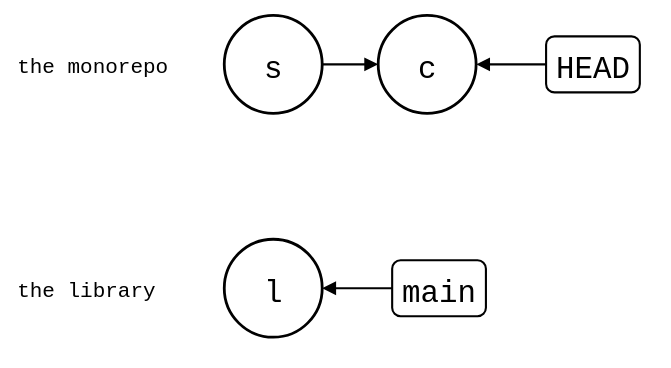
Above: test/comparisons/git-submodule-splice-fix.drawio.svg in roschaefer/git-splice (draw.io), before the change. Source tidied: cells renumbered, new cells last; positions are measured from the earlier drawing's top-left corner, leaving out a move shared by most shapes.
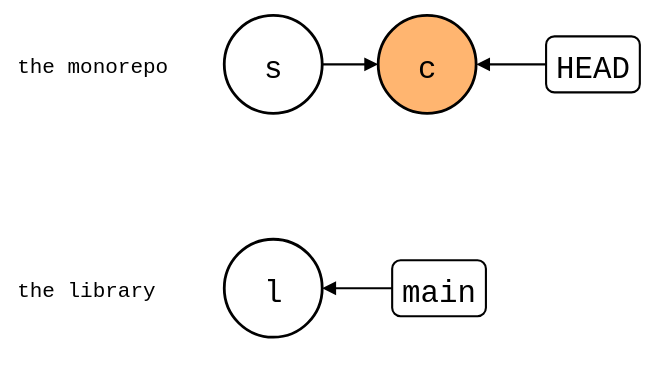
Later version of the same file.

The edit, as a diff of the source:
```diff
@@ -11,7 +11,7 @@
     <mxCell id="4" value="s" style="ellipse;strokeWidth=2;fontSize=22;fontFamily=Roboto Mono,monospace;" parent="1" vertex="1">
       <mxGeometry x="150" width="70" height="70" as="geometry" />
     </mxCell>
-    <mxCell id="5" value="c" style="ellipse;strokeWidth=2;fontSize=22;fontFamily=Roboto Mono,monospace;" parent="1" vertex="1">
+    <mxCell id="5" value="c" style="ellipse;strokeWidth=2;fontSize=22;fontFamily=Roboto Mono,monospace;fillColor=#FFB570;" parent="1" vertex="1">
       <mxGeometry x="260" width="70" height="70" as="geometry" />
     </mxCell>
     <mxCell id="6" value="l" style="ellipse;strokeWidth=2;fontSize=22;fontFamily=Roboto Mono,monospace;" parent="1" vertex="1">
```
